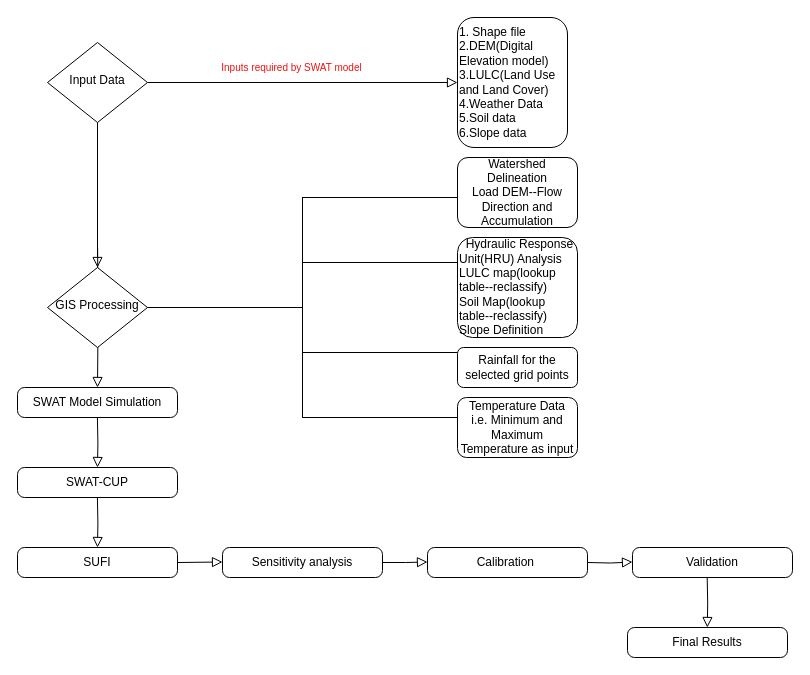
This is Untitled Diagram.drawio from Ekagra444/SWAT-flowchart-for-internship, a draw.io file, before an edit. Source tidied: cells renumbered, new cells numbered last; positions are measured from the earlier drawing's top-left corner, leaving out a move shared by most shapes. Both pictures are drawn from the tidied source at 100%, with x=0, y=0 at pixel (17, 17).
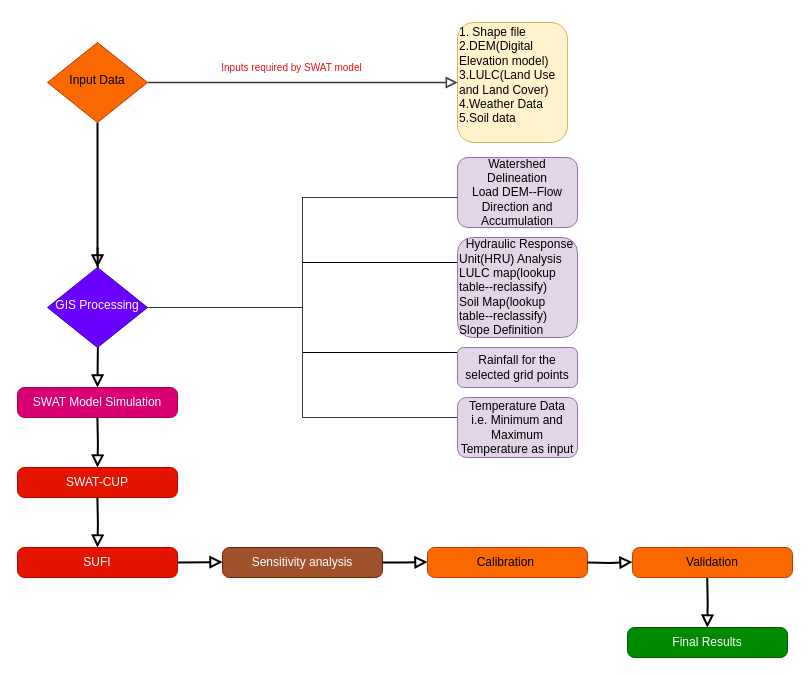
The same diagram, later.

Diff of the diagram source:
```diff
@@
-    <mxCell id="2" style="rounded=0;html=1;jettySize=auto;fontSize=11;endArrow=block;endFill=0;endSize=8;strokeWidth=1;shadow=0;labelBackgroundColor=none;edgeStyle=orthogonalEdgeStyle;exitX=0.5;exitY=1;exitDx=0;exitDy=0;" parent="1" edge="1" source="4" target="7">
+    <mxCell id="2" style="rounded=0;html=1;jettySize=auto;fontSize=11;endArrow=block;endFill=0;endSize=8;strokeWidth=2;shadow=0;labelBackgroundColor=none;edgeStyle=orthogonalEdgeStyle;exitX=0.5;exitY=1;exitDx=0;exitDy=0;" parent="1" edge="1" source="4" target="7">
       <mxGeometry y="20" relative="1" as="geometry" />
     </mxCell>
-    <mxCell id="3" style="edgeStyle=orthogonalEdgeStyle;rounded=0;html=1;jettySize=auto;fontSize=11;endArrow=block;endFill=0;endSize=8;strokeWidth=1;shadow=0;labelBackgroundColor=none;" parent="1" edge="1" source="4" target="5">
+    <mxCell id="3" style="edgeStyle=orthogonalEdgeStyle;rounded=0;html=1;jettySize=auto;fontSize=11;endArrow=block;endFill=0;endSize=8;strokeWidth=1.5;shadow=0;labelBackgroundColor=none;fillColor=#ffcc99;strokeColor=#36393d;curved=0;" parent="1" edge="1" source="4" target="5">
       <mxGeometry y="10" relative="1" as="geometry" />
     </mxCell>
-    <mxCell id="4" value="Input Data" style="rhombus;whiteSpace=wrap;html=1;shadow=0;fontFamily=Helvetica;fontSize=12;align=center;strokeWidth=1;spacing=6;spacingTop=-4;" parent="1" vertex="1">
+    <mxCell id="4" value="Input Data" style="rhombus;whiteSpace=wrap;html=1;shadow=0;fontFamily=Helvetica;fontSize=12;align=center;strokeWidth=1;spacing=6;spacingTop=-4;fillColor=#fa6800;strokeColor=#C73500;fontColor=#000000;" parent="1" vertex="1">
       <mxGeometry x="30" y="25" width="100" height="80" as="geometry" />
     </mxCell>
-    <mxCell id="5" value="&lt;div style=&quot;&quot;&gt;1. Shape file&amp;nbsp; &amp;nbsp;&lt;/div&gt;&lt;div style=&quot;&quot;&gt;&lt;span style=&quot;background-color: initial;&quot;&gt;2.DEM(Digital Elevation model)&lt;/span&gt;&lt;/div&gt;&lt;div style=&quot;&quot;&gt;3.LULC(Land Use and Land Cover)&lt;/div&gt;&lt;div style=&quot;&quot;&gt;4.Weather Data&lt;/div&gt;&lt;div style=&quot;&quot;&gt;5.Soil data&lt;/div&gt;&lt;div style=&quot;&quot;&gt;6.Slope data&lt;/div&gt;" style="rounded=1;whiteSpace=wrap;html=1;fontSize=12;glass=0;strokeWidth=1;shadow=0;align=left;" parent="1" vertex="1">
-      <mxGeometry x="440" width="110" height="130" as="geometry" />
+    <mxCell id="5" value="&lt;div style=&quot;&quot;&gt;1. Shape file&amp;nbsp; &amp;nbsp;&lt;/div&gt;&lt;div style=&quot;&quot;&gt;&lt;span style=&quot;background-color: initial;&quot;&gt;2.DEM(Digital Elevation model)&lt;/span&gt;&lt;/div&gt;&lt;div style=&quot;&quot;&gt;3.LULC(Land Use and Land Cover)&lt;/div&gt;&lt;div style=&quot;&quot;&gt;4.Weather Data&lt;/div&gt;&lt;div style=&quot;&quot;&gt;5.Soil data&lt;/div&gt;&lt;div style=&quot;&quot;&gt;&lt;br&gt;&lt;/div&gt;" style="rounded=1;whiteSpace=wrap;html=1;fontSize=12;glass=0;strokeWidth=1;shadow=0;align=left;fillColor=#fff2cc;strokeColor=#d6b656;" parent="1" vertex="1">
+      <mxGeometry x="440" y="5" width="110" height="120" as="geometry" />
     </mxCell>
-    <mxCell id="6" style="rounded=0;html=1;jettySize=auto;fontSize=11;endArrow=block;endFill=0;endSize=8;strokeWidth=1;shadow=0;labelBackgroundColor=none;edgeStyle=orthogonalEdgeStyle;entryX=0.5;entryY=0;entryDx=0;entryDy=0;" parent="1" edge="1" target="16">
+    <mxCell id="6" style="rounded=0;html=1;jettySize=auto;fontSize=11;endArrow=block;endFill=0;endSize=8;strokeWidth=2;shadow=0;labelBackgroundColor=none;edgeStyle=orthogonalEdgeStyle;entryX=0.5;entryY=0;entryDx=0;entryDy=0;" parent="1" edge="1" target="16">
       <mxGeometry x="0.33" y="20" relative="1" as="geometry">
         <mxPoint x="80.1" y="230" as="sourcePoint" />
       </mxGeometry>
     </mxCell>
-    <mxCell id="7" value="GIS Processing" style="rhombus;whiteSpace=wrap;html=1;shadow=0;fontFamily=Helvetica;fontSize=12;align=center;strokeWidth=1;spacing=6;spacingTop=-4;" parent="1" vertex="1">
+    <mxCell id="7" value="GIS Processing" style="rhombus;whiteSpace=wrap;html=1;shadow=0;fontFamily=Helvetica;fontSize=12;align=center;strokeWidth=1;spacing=6;spacingTop=-4;fillColor=#6a00ff;strokeColor=#3700CC;fontColor=#ffffff;" parent="1" vertex="1">
       <mxGeometry x="30" y="250" width="100" height="80" as="geometry" />
     </mxCell>
@@
-    <mxCell id="11" value="Watershed Delineation&lt;div&gt;Load DEM--Flow Direction and Accumulation&lt;/div&gt;" style="rounded=1;whiteSpace=wrap;html=1;" parent="1" vertex="1">
+    <mxCell id="11" value="Watershed Delineation&lt;div&gt;Load DEM--Flow Direction and Accumulation&lt;/div&gt;" style="rounded=1;whiteSpace=wrap;html=1;fillColor=#e1d5e7;strokeColor=#9673a6;" parent="1" vertex="1">
       <mxGeometry x="440" y="140" width="120" height="70" as="geometry" />
     </mxCell>
-    <mxCell id="12" style="strokeWidth=1;html=1;shape=mxgraph.flowchart.annotation_2;align=left;labelPosition=right;" parent="1" vertex="1">
+    <mxCell id="12" style="strokeWidth=1;html=1;shape=mxgraph.flowchart.annotation_2;align=left;labelPosition=right;fillColor=#FFFF88;strokeColor=#36393d;" parent="1" vertex="1">
       <mxGeometry x="130" y="180" width="310" height="220" as="geometry" />
     </mxCell>
-    <mxCell id="13" value="&lt;div style=&quot;&quot;&gt;&lt;span style=&quot;background-color: initial;&quot;&gt;&amp;nbsp; Hydraulic Response Unit(HRU) Analysis&lt;/span&gt;&lt;/div&gt;&lt;div style=&quot;&quot;&gt;LULC map(lookup table--reclassify)&lt;/div&gt;&lt;div style=&quot;&quot;&gt;Soil Map(&lt;span style=&quot;background-color: initial;&quot;&gt;lookup table--reclassify)&lt;/span&gt;&lt;/div&gt;&lt;div style=&quot;&quot;&gt;&lt;span style=&quot;background-color: initial;&quot;&gt;Slope Definition&lt;/span&gt;&lt;/div&gt;" style="rounded=1;whiteSpace=wrap;html=1;align=left;" parent="1" vertex="1">
+    <mxCell id="13" value="&lt;div style=&quot;&quot;&gt;&lt;span style=&quot;background-color: initial;&quot;&gt;&amp;nbsp; Hydraulic Response Unit(HRU) Analysis&lt;/span&gt;&lt;/div&gt;&lt;div style=&quot;&quot;&gt;LULC map(lookup table--reclassify)&lt;/div&gt;&lt;div style=&quot;&quot;&gt;Soil Map(&lt;span style=&quot;background-color: initial;&quot;&gt;lookup table--reclassify)&lt;/span&gt;&lt;/div&gt;&lt;div style=&quot;&quot;&gt;&lt;span style=&quot;background-color: initial;&quot;&gt;Slope Definition&lt;/span&gt;&lt;/div&gt;" style="rounded=1;whiteSpace=wrap;html=1;align=left;fillColor=#e1d5e7;strokeColor=#9673a6;" parent="1" vertex="1">
       <mxGeometry x="440" y="220" width="120" height="100" as="geometry" />
     </mxCell>
-    <mxCell id="14" value="Temperature Data&lt;div&gt;i.e. Minimum and Maximum Temperature as input&lt;/div&gt;" style="rounded=1;whiteSpace=wrap;html=1;" parent="1" vertex="1">
+    <mxCell id="14" value="Temperature Data&lt;div&gt;i.e. Minimum and Maximum Temperature as input&lt;/div&gt;" style="rounded=1;whiteSpace=wrap;html=1;fillColor=#e1d5e7;strokeColor=#9673a6;" parent="1" vertex="1">
       <mxGeometry x="440" y="380" width="120" height="60" as="geometry" />
     </mxCell>
-    <mxCell id="15" value="Rainfall for the selected grid points" style="rounded=1;whiteSpace=wrap;html=1;" parent="1" vertex="1">
+    <mxCell id="15" value="Rainfall for the selected grid points" style="rounded=1;whiteSpace=wrap;html=1;fillColor=#e1d5e7;strokeColor=#9673a6;" parent="1" vertex="1">
       <mxGeometry x="440" y="330" width="120" height="40" as="geometry" />
     </mxCell>
-    <mxCell id="16" value="SWAT Model Simulation" style="rounded=1;whiteSpace=wrap;html=1;absoluteArcSize=1;arcSize=14;strokeWidth=1;" parent="1" vertex="1">
+    <mxCell id="16" value="SWAT Model Simulation" style="rounded=1;whiteSpace=wrap;html=1;absoluteArcSize=1;arcSize=14;strokeWidth=1;fillColor=#d80073;fontColor=#ffffff;strokeColor=#A50040;" parent="1" vertex="1">
       <mxGeometry y="370" width="160" height="30" as="geometry" />
     </mxCell>
-    <mxCell id="17" style="rounded=0;html=1;jettySize=auto;orthogonalLoop=1;fontSize=11;endArrow=block;endFill=0;endSize=8;strokeWidth=1;shadow=0;labelBackgroundColor=none;edgeStyle=orthogonalEdgeStyle;exitX=0.5;exitY=1;exitDx=0;exitDy=0;" parent="1" edge="1">
+    <mxCell id="17" style="rounded=0;html=1;jettySize=auto;orthogonalLoop=1;fontSize=11;endArrow=block;endFill=0;endSize=8;strokeWidth=2;shadow=0;labelBackgroundColor=none;edgeStyle=orthogonalEdgeStyle;exitX=0.5;exitY=1;exitDx=0;exitDy=0;" parent="1" edge="1">
       <mxGeometry y="20" relative="1" as="geometry">
         <mxPoint x="79.9" y="400" as="sourcePoint" />
         <mxPoint x="80" y="450" as="targetPoint" />
       </mxGeometry>
     </mxCell>
-    <mxCell id="18" value="SWAT-CUP" style="rounded=1;whiteSpace=wrap;html=1;absoluteArcSize=1;arcSize=14;strokeWidth=1;" parent="1" vertex="1">
+    <mxCell id="18" value="SWAT-CUP" style="rounded=1;whiteSpace=wrap;html=1;absoluteArcSize=1;arcSize=14;strokeWidth=1;fillColor=#e51400;fontColor=#ffffff;strokeColor=#B20000;" parent="1" vertex="1">
       <mxGeometry y="450" width="160" height="30" as="geometry" />
     </mxCell>
-    <mxCell id="19" style="rounded=0;html=1;jettySize=auto;orthogonalLoop=1;fontSize=11;endArrow=block;endFill=0;endSize=8;strokeWidth=1;shadow=0;labelBackgroundColor=none;edgeStyle=orthogonalEdgeStyle;exitX=0.5;exitY=1;exitDx=0;exitDy=0;" parent="1" edge="1">
+    <mxCell id="19" style="rounded=0;html=1;jettySize=auto;orthogonalLoop=1;fontSize=11;endArrow=block;endFill=0;endSize=8;strokeWidth=2;shadow=0;labelBackgroundColor=none;edgeStyle=orthogonalEdgeStyle;exitX=0.5;exitY=1;exitDx=0;exitDy=0;" parent="1" edge="1">
       <mxGeometry y="20" relative="1" as="geometry">
         <mxPoint x="79.9" y="480" as="sourcePoint" />
         <mxPoint x="80" y="530" as="targetPoint" />
       </mxGeometry>
     </mxCell>
-    <mxCell id="20" value="SUFI" style="rounded=1;whiteSpace=wrap;html=1;absoluteArcSize=1;arcSize=14;strokeWidth=1;" parent="1" vertex="1">
+    <mxCell id="20" value="SUFI" style="rounded=1;whiteSpace=wrap;html=1;absoluteArcSize=1;arcSize=14;strokeWidth=1;fillColor=#e51400;fontColor=#ffffff;strokeColor=#B20000;" parent="1" vertex="1">
       <mxGeometry y="530" width="160" height="30" as="geometry" />
     </mxCell>
-    <mxCell id="21" style="rounded=0;html=1;jettySize=auto;fontSize=11;endArrow=block;endFill=0;endSize=8;strokeWidth=1;shadow=0;labelBackgroundColor=none;edgeStyle=orthogonalEdgeStyle;exitX=1;exitY=0.5;exitDx=0;exitDy=0;" parent="1" edge="1" source="20">
+    <mxCell id="21" style="rounded=0;html=1;jettySize=auto;fontSize=11;endArrow=block;endFill=0;endSize=8;strokeWidth=2;shadow=0;labelBackgroundColor=none;edgeStyle=orthogonalEdgeStyle;exitX=1;exitY=0.5;exitDx=0;exitDy=0;" parent="1" edge="1" source="20">
       <mxGeometry y="20" relative="1" as="geometry">
         <mxPoint x="205" y="544.5" as="targetPoint" />
       </mxGeometry>
     </mxCell>
-    <mxCell id="22" value="Sensitivity analysis" style="rounded=1;whiteSpace=wrap;html=1;absoluteArcSize=1;arcSize=14;strokeWidth=1;" parent="1" vertex="1">
+    <mxCell id="22" value="Sensitivity analysis" style="rounded=1;whiteSpace=wrap;html=1;absoluteArcSize=1;arcSize=14;strokeWidth=1;fillColor=#a0522d;fontColor=#ffffff;strokeColor=#6D1F00;" parent="1" vertex="1">
       <mxGeometry x="205" y="530" width="160" height="30" as="geometry" />
     </mxCell>
-    <mxCell id="23" style="rounded=0;html=1;jettySize=auto;orthogonalLoop=1;fontSize=11;endArrow=block;endFill=0;endSize=8;strokeWidth=1;shadow=0;labelBackgroundColor=none;edgeStyle=orthogonalEdgeStyle;exitX=1;exitY=0.5;exitDx=0;exitDy=0;" parent="1" edge="1">
+    <mxCell id="23" style="rounded=0;html=1;jettySize=auto;orthogonalLoop=1;fontSize=11;endArrow=block;endFill=0;endSize=8;strokeWidth=2;shadow=0;labelBackgroundColor=none;edgeStyle=orthogonalEdgeStyle;exitX=1;exitY=0.5;exitDx=0;exitDy=0;" parent="1" edge="1">
       <mxGeometry y="20" relative="1" as="geometry">
         <mxPoint x="365" y="545" as="sourcePoint" />
         <mxPoint x="410" y="544.5" as="targetPoint" />
         <Array as="points">
           <mxPoint x="388" y="545" />
         </Array>
       </mxGeometry>
     </mxCell>
-    <mxCell id="24" value="Calibration&amp;nbsp;" style="rounded=1;whiteSpace=wrap;html=1;absoluteArcSize=1;arcSize=14;strokeWidth=1;" parent="1" vertex="1">
+    <mxCell id="24" value="Calibration&amp;nbsp;" style="rounded=1;whiteSpace=wrap;html=1;absoluteArcSize=1;arcSize=14;strokeWidth=1;fillColor=#fa6800;fontColor=#000000;strokeColor=#C73500;" parent="1" vertex="1">
       <mxGeometry x="410" y="530" width="160" height="30" as="geometry" />
     </mxCell>
-    <mxCell id="25" style="rounded=0;html=1;jettySize=auto;orthogonalLoop=1;fontSize=11;endArrow=block;endFill=0;endSize=8;strokeWidth=1;shadow=0;labelBackgroundColor=none;edgeStyle=orthogonalEdgeStyle;exitX=0.5;exitY=1;exitDx=0;exitDy=0;" parent="1" edge="1">
+    <mxCell id="25" style="rounded=0;html=1;jettySize=auto;orthogonalLoop=1;fontSize=11;endArrow=block;endFill=0;endSize=8;strokeWidth=2;shadow=0;labelBackgroundColor=none;edgeStyle=orthogonalEdgeStyle;exitX=0.5;exitY=1;exitDx=0;exitDy=0;" parent="1" edge="1">
       <mxGeometry y="20" relative="1" as="geometry">
         <mxPoint x="689.7" y="560" as="sourcePoint" />
         <mxPoint x="689.8" y="610" as="targetPoint" />
       </mxGeometry>
     </mxCell>
-    <mxCell id="26" value="Final Results" style="rounded=1;whiteSpace=wrap;html=1;absoluteArcSize=1;arcSize=14;strokeWidth=1;" parent="1" vertex="1">
+    <mxCell id="26" value="Final Results" style="rounded=1;whiteSpace=wrap;html=1;absoluteArcSize=1;arcSize=14;strokeWidth=1;fillColor=#008a00;fontColor=#ffffff;strokeColor=#005700;" parent="1" vertex="1">
       <mxGeometry x="610" y="610" width="160" height="30" as="geometry" />
     </mxCell>
-    <mxCell id="27" style="rounded=0;html=1;jettySize=auto;orthogonalLoop=1;fontSize=11;endArrow=block;endFill=0;endSize=8;strokeWidth=1;shadow=0;labelBackgroundColor=none;edgeStyle=orthogonalEdgeStyle;exitX=1;exitY=0.5;exitDx=0;exitDy=0;" parent="1" edge="1">
+    <mxCell id="27" style="rounded=0;html=1;jettySize=auto;orthogonalLoop=1;fontSize=11;endArrow=block;endFill=0;endSize=8;strokeWidth=2;shadow=0;labelBackgroundColor=none;edgeStyle=orthogonalEdgeStyle;exitX=1;exitY=0.5;exitDx=0;exitDy=0;" parent="1" edge="1">
       <mxGeometry y="20" relative="1" as="geometry">
         <mxPoint x="570" y="545" as="sourcePoint" />
         <mxPoint x="615" y="544.5" as="targetPoint" />
       </mxGeometry>
     </mxCell>
-    <mxCell id="28" value="Validation" style="rounded=1;whiteSpace=wrap;html=1;absoluteArcSize=1;arcSize=14;strokeWidth=1;" parent="1" vertex="1">
+    <mxCell id="28" value="Validation" style="rounded=1;whiteSpace=wrap;html=1;absoluteArcSize=1;arcSize=14;strokeWidth=1;fillColor=#fa6800;fontColor=#000000;strokeColor=#C73500;" parent="1" vertex="1">
       <mxGeometry x="615" y="530" width="160" height="30" as="geometry" />
     </mxCell>
```
